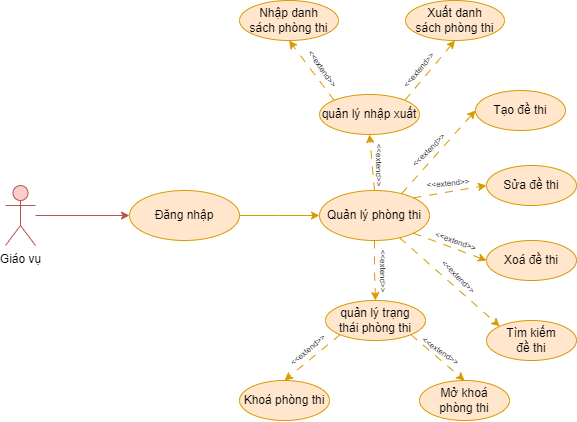
This is document/temp/draw/usecase_phanra/usecase_quanlyphongthi.drawio.png from copecute/Edudex-Quiz, a draw.io export, as it was before one commit. Source tidied: cells renumbered, new cells last; positions are measured from the earlier drawing's top-left corner, leaving out a move shared by most shapes.
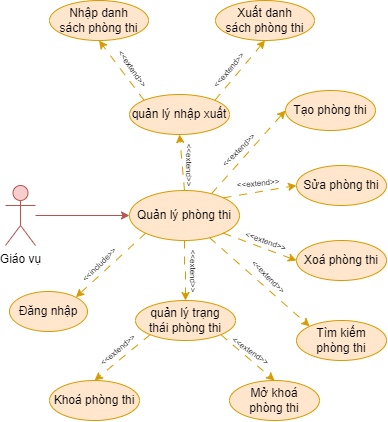
After the change.

Commit message:
Docs: Sửa đổi, cập nhật các biểu đồ, mô tả UC,... đến hết UC Phòng thi

Change to the diagram source:
```diff
@@ -14,6 +14,9 @@
     <mxCell id="5" style="rounded=0;jettySize=auto;html=1;exitX=0.5;exitY=0;exitDx=0;exitDy=0;entryX=0.5;entryY=1;entryDx=0;entryDy=0;fillColor=#ffe6cc;strokeColor=#d79b00;dashed=1;dashPattern=8 8;" parent="1" edge="1" source="6" target="28">
       <mxGeometry relative="1" as="geometry" />
     </mxCell>
+    <mxCell id="37" style="rounded=0;jettySize=auto;html=1;exitX=0;exitY=1;exitDx=0;exitDy=0;entryX=1;entryY=0;entryDx=0;entryDy=0;dashed=1;dashPattern=8 8;fillColor=#ffe6cc;strokeColor=#d79b00;" parent="1" edge="1" source="6" target="36">
+      <mxGeometry relative="1" as="geometry" />
+    </mxCell>
     <mxCell id="6" value="Quản lý phòng thi" style="ellipse;whiteSpace=wrap;html=1;fillColor=#ffe6cc;strokeColor=#d79b00;" parent="1" vertex="1">
       <mxGeometry x="314" y="190" width="110" height="50" as="geometry" />
     </mxCell>
@@ -26,16 +29,16 @@
     <mxCell id="9" style="rounded=0;jettySize=auto;html=1;exitX=1;exitY=1;exitDx=0;exitDy=0;entryX=0;entryY=0.5;entryDx=0;entryDy=0;fillColor=#ffe6cc;strokeColor=#d79b00;dashed=1;dashPattern=8 8;" parent="1" edge="1" source="6" target="12">
       <mxGeometry relative="1" as="geometry" />
     </mxCell>
-    <mxCell id="10" value="Tạo đề thi" style="ellipse;whiteSpace=wrap;html=1;fillColor=#ffe6cc;strokeColor=#d79b00;" parent="1" vertex="1">
+    <mxCell id="10" value="Tạo phòng thi" style="ellipse;whiteSpace=wrap;html=1;fillColor=#ffe6cc;strokeColor=#d79b00;" parent="1" vertex="1">
       <mxGeometry x="470" y="90" width="90" height="40" as="geometry" />
     </mxCell>
-    <mxCell id="11" value="Sửa đề thi" style="ellipse;whiteSpace=wrap;html=1;fillColor=#ffe6cc;strokeColor=#d79b00;" parent="1" vertex="1">
+    <mxCell id="11" value="Sửa phòng thi" style="ellipse;whiteSpace=wrap;html=1;fillColor=#ffe6cc;strokeColor=#d79b00;" parent="1" vertex="1">
       <mxGeometry x="481" y="165" width="90" height="40" as="geometry" />
     </mxCell>
-    <mxCell id="12" value="Xoá đề thi" style="ellipse;whiteSpace=wrap;html=1;fillColor=#ffe6cc;strokeColor=#d79b00;" parent="1" vertex="1">
+    <mxCell id="12" value="Xoá phòng thi" style="ellipse;whiteSpace=wrap;html=1;fillColor=#ffe6cc;strokeColor=#d79b00;" parent="1" vertex="1">
       <mxGeometry x="481" y="240" width="90" height="40" as="geometry" />
     </mxCell>
-    <mxCell id="13" value="Tìm kiếm&lt;br&gt;đề thi" style="ellipse;whiteSpace=wrap;html=1;fillColor=#ffe6cc;strokeColor=#d79b00;" parent="1" vertex="1">
+    <mxCell id="13" value="Tìm kiếm&lt;br&gt;phòng thi" style="ellipse;whiteSpace=wrap;html=1;fillColor=#ffe6cc;strokeColor=#d79b00;" parent="1" vertex="1">
       <mxGeometry x="481" y="320" width="90" height="40" as="geometry" />
     </mxCell>
     <mxCell id="14" value="&lt;font style=&quot;font-size: 8px;&quot;&gt;&amp;lt;&amp;lt;extend&amp;gt;&amp;gt;&lt;/font&gt;" style="text;html=1;strokeColor=none;fillColor=none;align=center;verticalAlign=middle;whiteSpace=wrap;rounded=0;rotation=-45;" parent="1" vertex="1">
@@ -95,19 +98,19 @@
     <mxCell id="32" value="&lt;font style=&quot;font-size: 8px;&quot;&gt;&amp;lt;&amp;lt;extend&amp;gt;&amp;gt;&lt;/font&gt;" style="text;html=1;strokeColor=none;fillColor=none;align=center;verticalAlign=middle;whiteSpace=wrap;rounded=0;rotation=-50;" parent="1" vertex="1">
       <mxGeometry x="383" y="54" width="60" height="30" as="geometry" />
     </mxCell>
-    <mxCell id="33" style="rounded=0;jettySize=auto;html=1;entryX=0;entryY=0.5;entryDx=0;entryDy=0;fillColor=#f8cecc;strokeColor=#b85450;" parent="1" edge="1" source="34" target="36">
-      <mxGeometry relative="1" as="geometry" />
+    <mxCell id="33" style="rounded=0;jettySize=auto;html=1;entryX=0;entryY=0.5;entryDx=0;entryDy=0;fillColor=#f8cecc;strokeColor=#b85450;" parent="1" edge="1" source="34">
+      <mxGeometry relative="1" as="geometry">
+        <mxPoint x="314" y="215" as="targetPoint" />
+      </mxGeometry>
     </mxCell>
     <mxCell id="34" value="Giáo vụ" style="shape=umlActor;verticalLabelPosition=bottom;verticalAlign=top;html=1;outlineConnect=0;fillColor=#f8cecc;strokeColor=#b85450;" parent="1" vertex="1">
-      <mxGeometry y="185" width="30" height="60" as="geometry" />
+      <mxGeometry x="190" y="185" width="30" height="60" as="geometry" />
     </mxCell>
-    <mxCell id="35" style="edgeStyle=orthogonalEdgeStyle;rounded=0;jettySize=auto;html=1;entryX=0;entryY=0.5;entryDx=0;entryDy=0;fillColor=#ffe6cc;strokeColor=#d79b00;" parent="1" edge="1" source="36">
-      <mxGeometry relative="1" as="geometry">
-        <mxPoint x="314" y="215" as="targetPoint" />
-      </mxGeometry>
-    </mxCell>
     <mxCell id="36" value="Đăng nhập" style="ellipse;whiteSpace=wrap;html=1;fillColor=#ffe6cc;strokeColor=#d79b00;" parent="1" vertex="1">
-      <mxGeometry x="124" y="190" width="110" height="50" as="geometry" />
+      <mxGeometry x="194" y="291" width="78" height="40" as="geometry" />
     </mxCell>
+    <mxCell id="38" value="&amp;lt;&amp;lt;include&amp;gt;&amp;gt;" style="text;html=1;align=center;verticalAlign=middle;strokeColor=none;fillColor=none;fontSize=8;rotation=-45;" parent="1" vertex="1">
+      <mxGeometry x="248.5" y="255" width="70" height="20" as="geometry" />
+    </mxCell>
   </root>
 </mxGraphModel>
```
